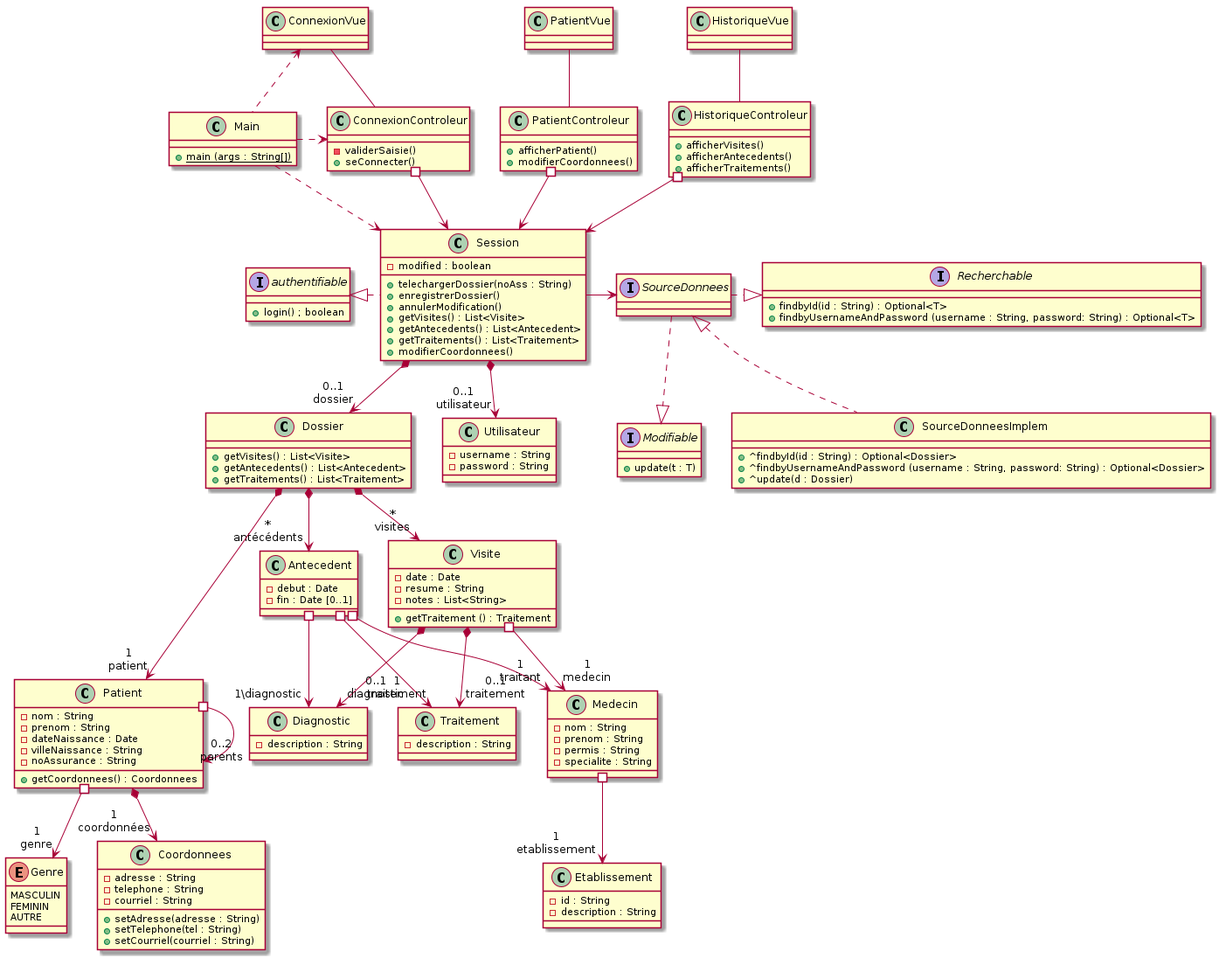
The PlantUML diagram models/Diagramme_Classes/assure/class_diagram_assure_mvc.png in fethiuqam/INF5153-Projet-Session, before a commit. The source it was exported from:
```plantuml
@startuml

class Patient {
    - nom : String
    - prenom : String
    - dateNaissance : Date
    - villeNaissance : String
    - noAssurance : String
    + getCoordonnees() : Coordonnees
}

class Coordonnees {
    - adresse : String
    - telephone : String
    - courriel : String
    + setAdresse(adresse : String)
    + setTelephone(tel : String)
    + setCourriel(courriel : String)
}

enum Genre {
    MASCULIN
    FEMININ
    AUTRE
}

class Dossier {
    + getVisites() : List<Visite>
    + getAntecedents() : List<Antecedent>
    + getTraitements() : List<Traitement>
}

class Visite {
    - date : Date
    - resume : String
    - notes : List<String>
    + getTraitement () : Traitement
}

class Antecedent {
    - debut : Date
    - fin : Date [0..1]
}

class Diagnostic {
    - description : String
}

class Traitement {
    - description : String
}

class Medecin {
    - nom : String
    - prenom : String
    - permis : String
    - specialite : String
}

class Etablissement {
    - id : String
    - description : String
}

class Utilisateur {
    - username : String
    - password : String
    }

Interface SourceDonnees {

}

interface Recherchable {
    + findbyId(id : String) : Optional<T>
    + findbyUsernameAndPassword (username : String, password: String) : Optional<T>
}

interface Modifiable {
    + update(t : T)
}

class SourceDonneesImplem {
    + ^findbyId(id : String) : Optional<Dossier>
    + ^findbyUsernameAndPassword (username : String, password: String) : Optional<Dossier>
    + ^update(d : Dossier)
}

class Session {
    - modified : boolean
    + telechargerDossier(noAss : String)
    + enregistrerDossier()
    + annulerModification()
    + getVisites() : List<Visite>
    + getAntecedents() : List<Antecedent>
    + getTraitements() : List<Traitement>
    + modifierCoordonnees()
}

interface authentifiable {
    + login() ; boolean
}

class ConnexionVue {
}

class ConnexionControleur {
    - validerSaisie()
    + seConnecter()
}

class PatientVue{

}

class HistoriqueVue {

}

class PatientControleur {
    + afficherPatient()
    + modifierCoordonnees()
}

class HistoriqueControleur {
    + afficherVisites()
    + afficherAntecedents()
    + afficherTraitements()
}

class Main {
    + {static} main (args : String[])
}

Patient *--> "1\ncoordonnées" Coordonnees
Patient #--> "0..2\nparents" Patient
Patient #--> "1\ngenre" Genre

Dossier *--> "*\nvisites" Visite
Dossier *--> "*\nantécédents" Antecedent
Dossier *---> "1\npatient" Patient

Visite *--> "0..1\ndiagnostic" Diagnostic
Visite *--> "0..1\ntraitement" Traitement
Visite #--> "1\nmedecin" Medecin

Antecedent #--> "1\ntraitant" Medecin
Antecedent #--> "1\diagnostic" Diagnostic
Antecedent #--> "1\ntraitement" Traitement



Medecin #--> "1\netablissement" Etablissement



Session *--> "0..1\ndossier" Dossier

Session -> SourceDonnees
Session *--> "0..1\nutilisateur" Utilisateur
Session .l.|> authentifiable

SourceDonnees .d.|> Modifiable
SourceDonnees  .|> Recherchable
SourceDonnees <|.. SourceDonneesImplem

ConnexionVue -- ConnexionControleur
PatientVue --PatientControleur
HistoriqueVue -- HistoriqueControleur

ConnexionControleur #--> Session
PatientControleur #--> Session
HistoriqueControleur #--> Session


ConnexionVue <.. Main
Main .> ConnexionControleur
Main ..> Session

@enduml
```
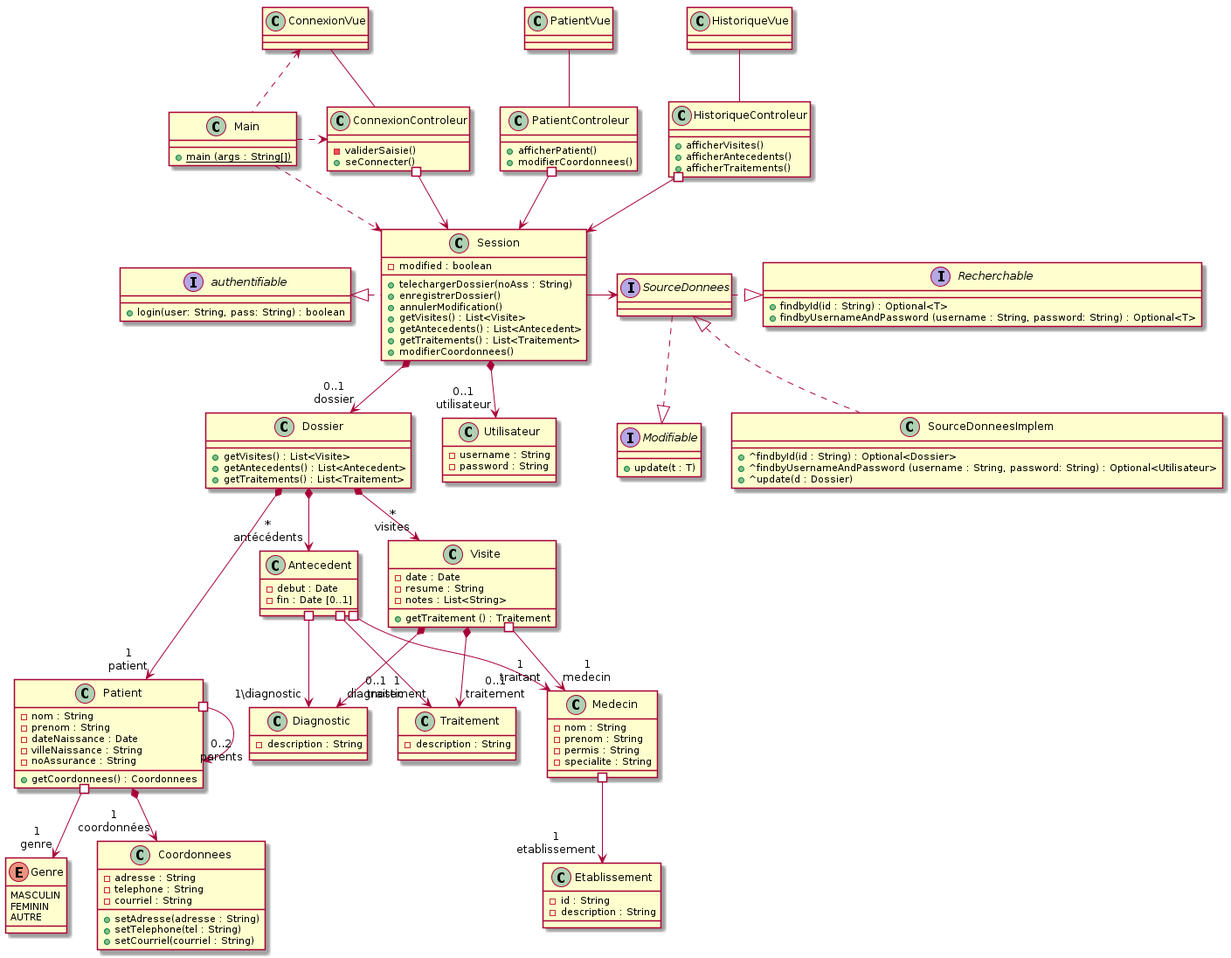
After the commit.

Commit message:
ajout des justifications de la class sourceDonnees

What changed in the source:
```diff
@@ -82,7 +82,7 @@
 
 class SourceDonneesImplem {
     + ^findbyId(id : String) : Optional<Dossier>
-    + ^findbyUsernameAndPassword (username : String, password: String) : Optional<Dossier>
+    + ^findbyUsernameAndPassword (username : String, password: String) : Optional<Utilisateur>
     + ^update(d : Dossier)
 }
 
@@ -98,7 +98,7 @@
 }
 
 interface authentifiable {
-    + login() ; boolean
+    + login(user: String, pass: String) : boolean
 }
 
 class ConnexionVue {
```
